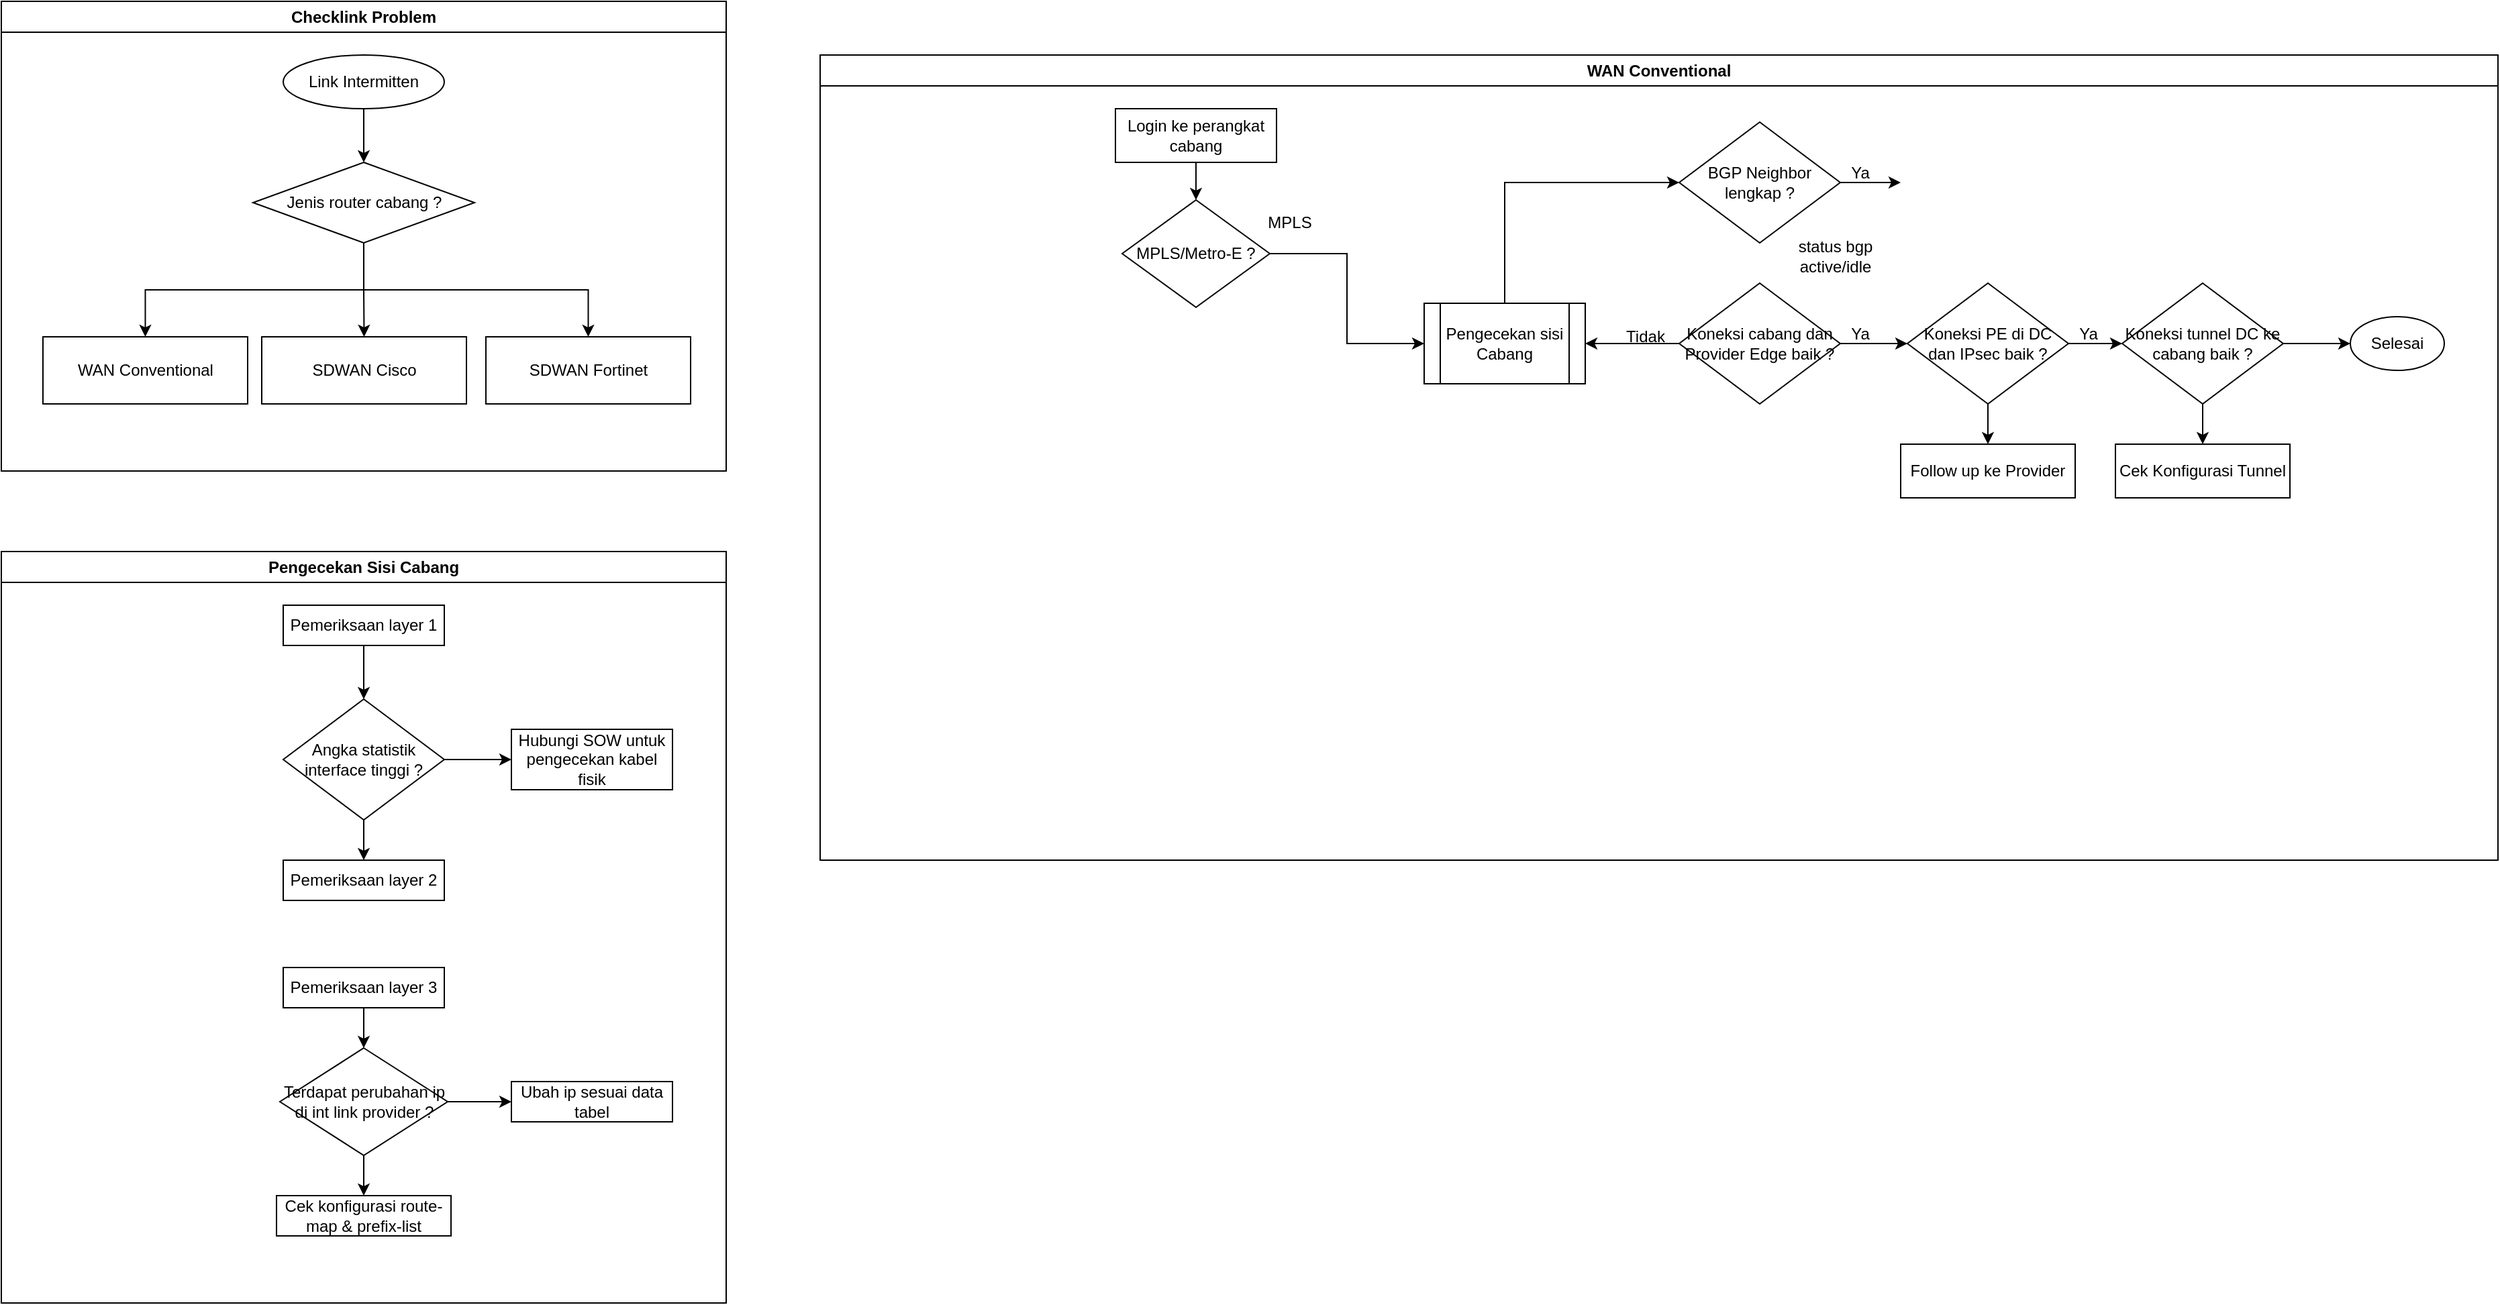
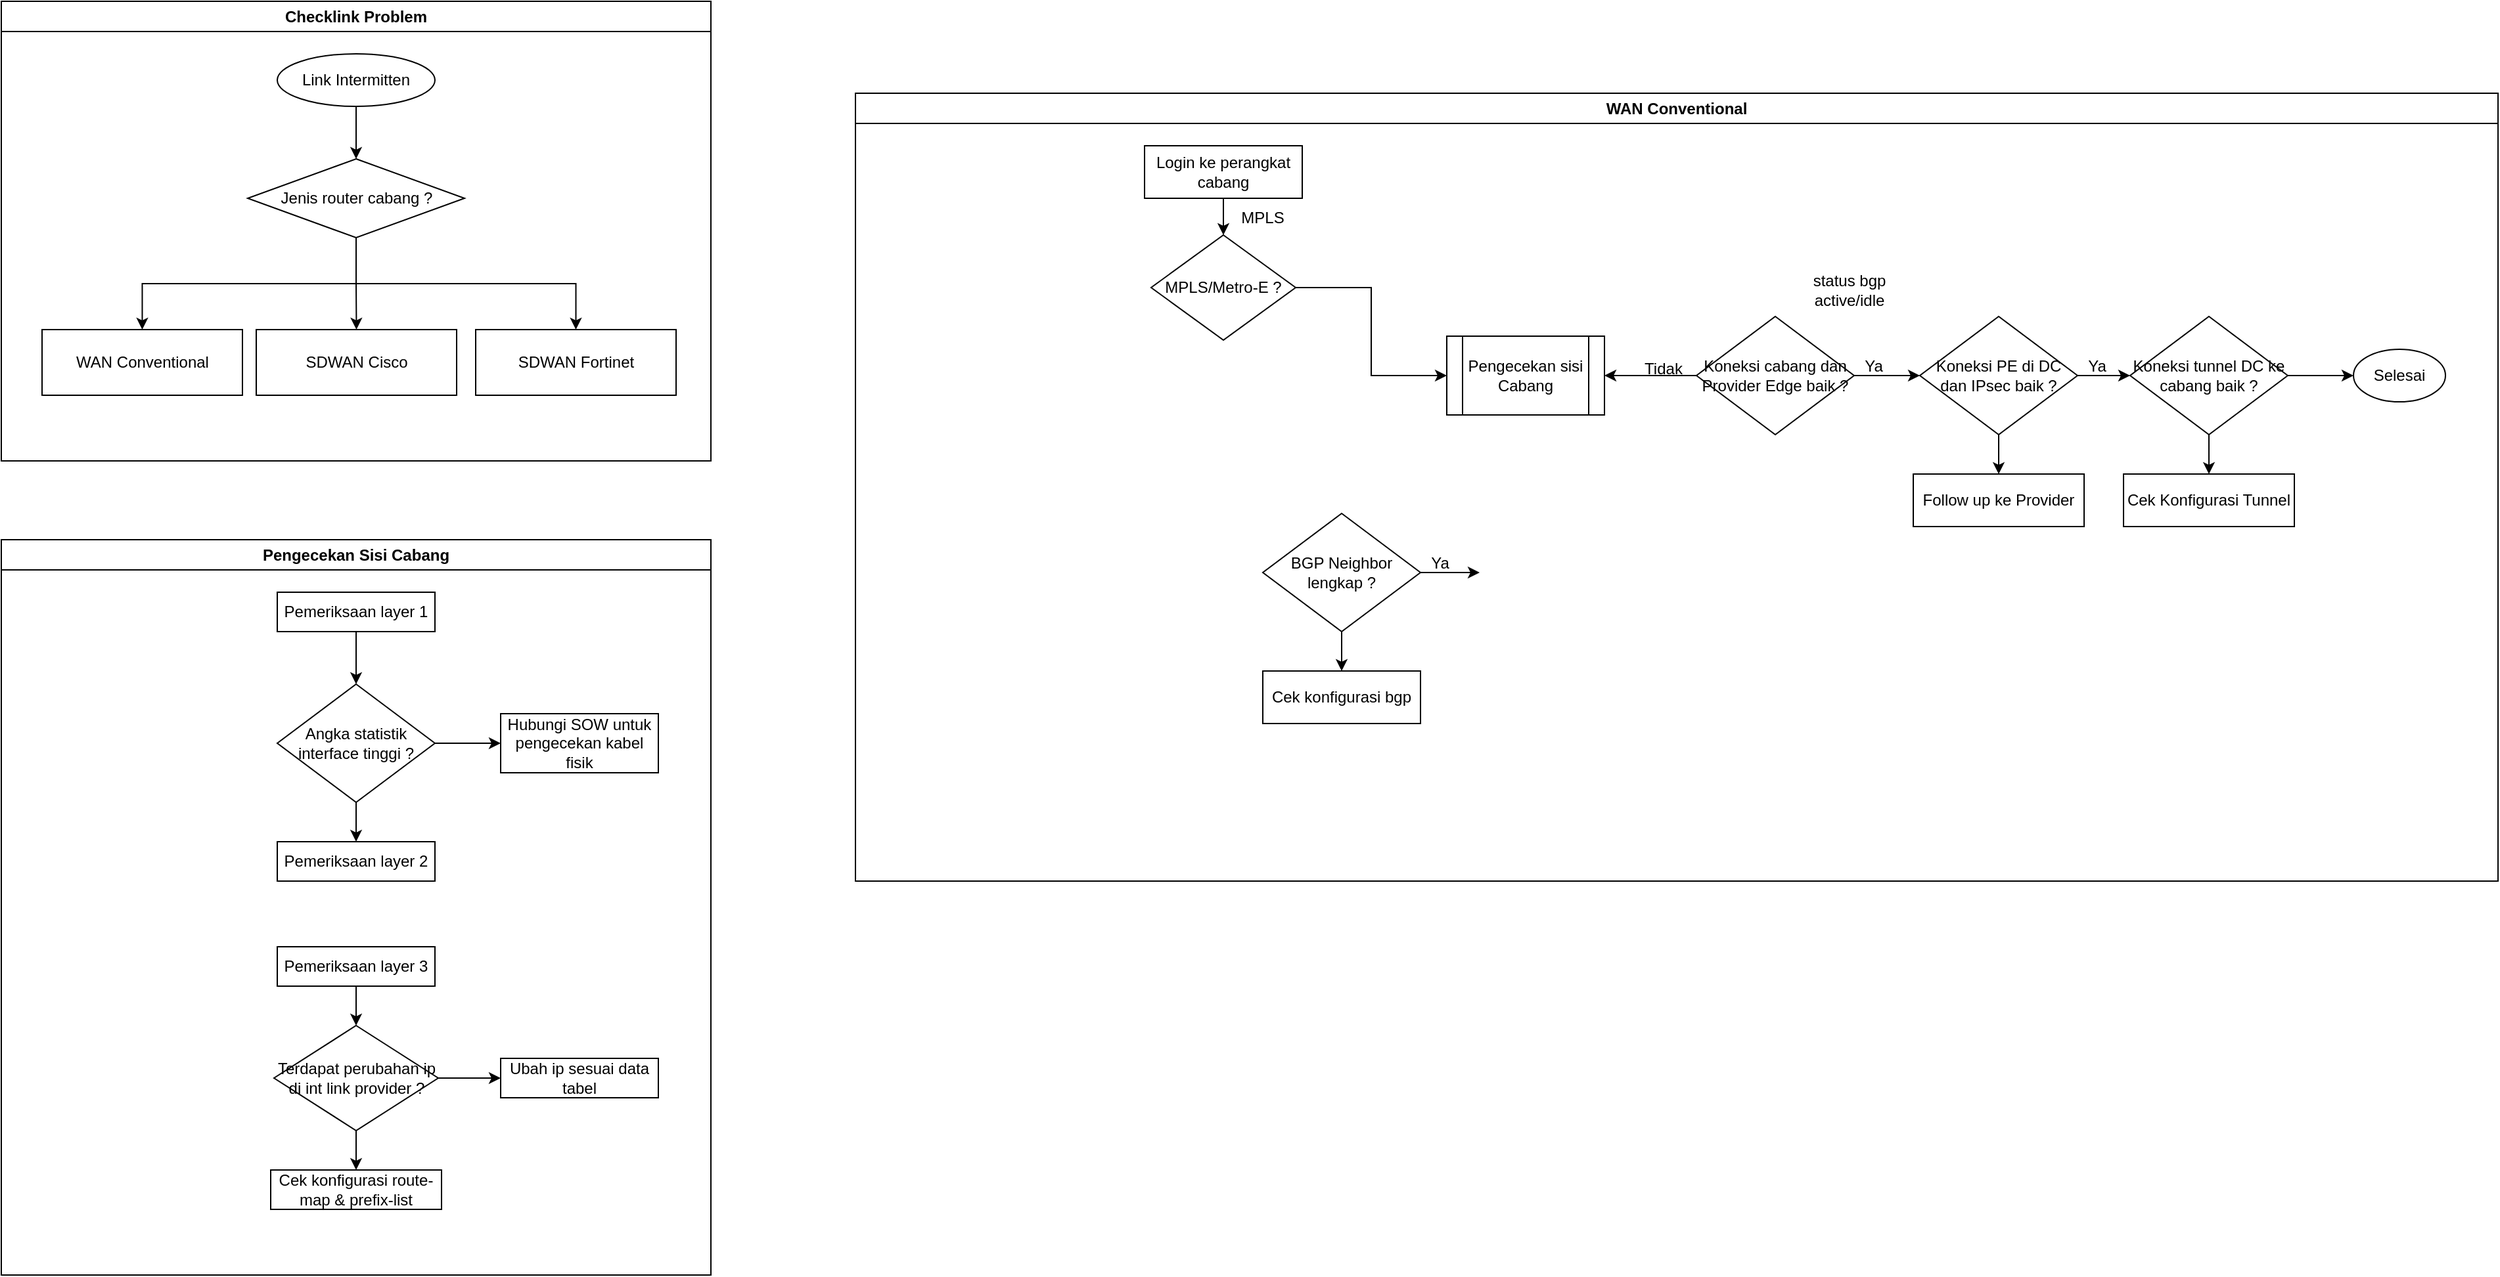
<mxfile host="app.diagrams.net">
  <diagram name="Page-1" id="9vhfLtuUu_MpJ2AiOVXD">
    <mxGraphModel dx="1532" dy="908" grid="1" gridSize="10" guides="1" tooltips="1" connect="1" arrows="1" fold="1" page="1" pageScale="1" pageWidth="850" pageHeight="1100" math="0" shadow="0">
      <root>
        <mxCell id="0" />
        <mxCell id="1" parent="0" />
        <mxCell id="pEuGeytKHn6pjW4NDgE5-2" parent="1" style="swimlane;whiteSpace=wrap;html=1;" value="Checklink Problem" vertex="1">
          <mxGeometry height="350" width="540" x="10" y="10" as="geometry" />
        </mxCell>
        <mxCell id="P1elN6ceBegf7L-zKAY9-7" edge="1" parent="pEuGeytKHn6pjW4NDgE5-2" source="P1elN6ceBegf7L-zKAY9-3" style="edgeStyle=orthogonalEdgeStyle;rounded=0;orthogonalLoop=1;jettySize=auto;html=1;exitX=0.5;exitY=1;exitDx=0;exitDy=0;entryX=0.5;entryY=0;entryDx=0;entryDy=0;" target="P1elN6ceBegf7L-zKAY9-6">
          <mxGeometry relative="1" as="geometry" />
        </mxCell>
        <mxCell id="P1elN6ceBegf7L-zKAY9-3" parent="pEuGeytKHn6pjW4NDgE5-2" style="ellipse;whiteSpace=wrap;html=1;" value="Link Intermitten" vertex="1">
          <mxGeometry height="40" width="120" x="210" y="40" as="geometry" />
        </mxCell>
        <mxCell id="P1elN6ceBegf7L-zKAY9-11" edge="1" parent="pEuGeytKHn6pjW4NDgE5-2" source="P1elN6ceBegf7L-zKAY9-6" style="edgeStyle=orthogonalEdgeStyle;rounded=0;orthogonalLoop=1;jettySize=auto;html=1;exitX=0.5;exitY=1;exitDx=0;exitDy=0;" target="P1elN6ceBegf7L-zKAY9-8">
          <mxGeometry relative="1" as="geometry" />
        </mxCell>
        <mxCell id="P1elN6ceBegf7L-zKAY9-12" edge="1" parent="pEuGeytKHn6pjW4NDgE5-2" source="P1elN6ceBegf7L-zKAY9-6" style="edgeStyle=orthogonalEdgeStyle;rounded=0;orthogonalLoop=1;jettySize=auto;html=1;exitX=0.5;exitY=1;exitDx=0;exitDy=0;" target="P1elN6ceBegf7L-zKAY9-9">
          <mxGeometry relative="1" as="geometry" />
        </mxCell>
        <mxCell id="P1elN6ceBegf7L-zKAY9-13" edge="1" parent="pEuGeytKHn6pjW4NDgE5-2" source="P1elN6ceBegf7L-zKAY9-6" style="edgeStyle=orthogonalEdgeStyle;rounded=0;orthogonalLoop=1;jettySize=auto;html=1;exitX=0.5;exitY=1;exitDx=0;exitDy=0;" target="P1elN6ceBegf7L-zKAY9-10">
          <mxGeometry relative="1" as="geometry" />
        </mxCell>
        <mxCell id="P1elN6ceBegf7L-zKAY9-6" parent="pEuGeytKHn6pjW4NDgE5-2" style="rhombus;whiteSpace=wrap;html=1;" value="Jenis router cabang ?" vertex="1">
          <mxGeometry height="60" width="165" x="187.5" y="120" as="geometry" />
        </mxCell>
        <mxCell id="P1elN6ceBegf7L-zKAY9-8" parent="pEuGeytKHn6pjW4NDgE5-2" style="rounded=0;whiteSpace=wrap;html=1;" value="WAN Conventional" vertex="1">
          <mxGeometry height="50" width="152.5" x="31" y="250" as="geometry" />
        </mxCell>
        <mxCell id="P1elN6ceBegf7L-zKAY9-9" parent="pEuGeytKHn6pjW4NDgE5-2" style="rounded=0;whiteSpace=wrap;html=1;" value="SDWAN Cisco" vertex="1">
          <mxGeometry height="50" width="152.5" x="194" y="250" as="geometry" />
        </mxCell>
        <mxCell id="P1elN6ceBegf7L-zKAY9-10" parent="pEuGeytKHn6pjW4NDgE5-2" style="rounded=0;whiteSpace=wrap;html=1;" value="SDWAN Fortinet" vertex="1">
          <mxGeometry height="50" width="152.5" x="361" y="250" as="geometry" />
        </mxCell>
        <mxCell id="TYqNpPFM6TGwHHhuPpuI-11" parent="1" style="swimlane;whiteSpace=wrap;html=1;" value="WAN Conventional" vertex="1">
-           <mxGeometry height="600" width="1250" x="620" y="50" as="geometry" />
+           <mxGeometry height="600" width="1250" x="660" y="80" as="geometry" />
        </mxCell>
        <mxCell id="pmmJg_nAHrXnhT2FHE6J-2" edge="1" parent="TYqNpPFM6TGwHHhuPpuI-11" source="TYqNpPFM6TGwHHhuPpuI-12" style="edgeStyle=orthogonalEdgeStyle;rounded=0;orthogonalLoop=1;jettySize=auto;html=1;" target="pmmJg_nAHrXnhT2FHE6J-1" value="">
          <mxGeometry relative="1" as="geometry" />
        </mxCell>
        <mxCell id="TYqNpPFM6TGwHHhuPpuI-12" parent="TYqNpPFM6TGwHHhuPpuI-11" style="rounded=0;whiteSpace=wrap;html=1;" value="Login ke perangkat cabang" vertex="1">
          <mxGeometry height="40" width="120" x="220" y="40" as="geometry" />
        </mxCell>
        <mxCell id="TYqNpPFM6TGwHHhuPpuI-30" edge="1" parent="TYqNpPFM6TGwHHhuPpuI-11" source="TYqNpPFM6TGwHHhuPpuI-13" style="edgeStyle=orthogonalEdgeStyle;rounded=0;orthogonalLoop=1;jettySize=auto;html=1;exitX=1;exitY=0.5;exitDx=0;exitDy=0;entryX=0;entryY=0.5;entryDx=0;entryDy=0;">
          <mxGeometry relative="1" as="geometry">
-             <mxPoint x="805" y="95" as="targetPoint" />
+             <mxPoint x="475" y="365" as="targetPoint" />
          </mxGeometry>
        </mxCell>
+         <mxCell id="aBstJuGHSijlGCTxtPnz-3" edge="1" parent="TYqNpPFM6TGwHHhuPpuI-11" source="TYqNpPFM6TGwHHhuPpuI-13" style="edgeStyle=orthogonalEdgeStyle;rounded=0;orthogonalLoop=1;jettySize=auto;html=1;" target="aBstJuGHSijlGCTxtPnz-2" value="">
+           <mxGeometry relative="1" as="geometry" />
+         </mxCell>
        <mxCell id="TYqNpPFM6TGwHHhuPpuI-13" parent="TYqNpPFM6TGwHHhuPpuI-11" style="rhombus;whiteSpace=wrap;html=1;" value="BGP Neighbor lengkap ?" vertex="1">
-           <mxGeometry height="90" width="120" x="640" y="50" as="geometry" />
+           <mxGeometry height="90" width="120" x="310" y="320" as="geometry" />
        </mxCell>
        <mxCell id="TYqNpPFM6TGwHHhuPpuI-23" edge="1" parent="TYqNpPFM6TGwHHhuPpuI-11" source="TYqNpPFM6TGwHHhuPpuI-19" style="edgeStyle=orthogonalEdgeStyle;rounded=0;orthogonalLoop=1;jettySize=auto;html=1;" target="TYqNpPFM6TGwHHhuPpuI-22" value="">
          <mxGeometry relative="1" as="geometry" />
        </mxCell>
        <mxCell id="TYqNpPFM6TGwHHhuPpuI-34" edge="1" parent="TYqNpPFM6TGwHHhuPpuI-11" source="TYqNpPFM6TGwHHhuPpuI-19" style="edgeStyle=orthogonalEdgeStyle;rounded=0;orthogonalLoop=1;jettySize=auto;html=1;exitX=0;exitY=0.5;exitDx=0;exitDy=0;entryX=1;entryY=0.5;entryDx=0;entryDy=0;" target="TYqNpPFM6TGwHHhuPpuI-33">
          <mxGeometry relative="1" as="geometry" />
        </mxCell>
        <mxCell id="TYqNpPFM6TGwHHhuPpuI-19" parent="TYqNpPFM6TGwHHhuPpuI-11" style="rhombus;whiteSpace=wrap;html=1;" value="Koneksi cabang dan Provider Edge baik ?" vertex="1">
          <mxGeometry height="90" width="120" x="640" y="170" as="geometry" />
        </mxCell>
        <mxCell id="TYqNpPFM6TGwHHhuPpuI-22" parent="TYqNpPFM6TGwHHhuPpuI-11" style="rhombus;whiteSpace=wrap;html=1;" value="Koneksi PE di DC dan IPsec baik ?" vertex="1">
          <mxGeometry height="90" width="120" x="810" y="170" as="geometry" />
        </mxCell>
        <mxCell id="TYqNpPFM6TGwHHhuPpuI-24" parent="TYqNpPFM6TGwHHhuPpuI-11" style="rounded=0;whiteSpace=wrap;html=1;" value="Follow up ke Provider" vertex="1">
          <mxGeometry height="40" width="130" x="805" y="290" as="geometry" />
        </mxCell>
        <mxCell id="TYqNpPFM6TGwHHhuPpuI-25" edge="1" parent="TYqNpPFM6TGwHHhuPpuI-11" source="TYqNpPFM6TGwHHhuPpuI-22" style="edgeStyle=orthogonalEdgeStyle;rounded=0;orthogonalLoop=1;jettySize=auto;html=1;exitX=0.5;exitY=1;exitDx=0;exitDy=0;entryX=0.5;entryY=0;entryDx=0;entryDy=0;" target="TYqNpPFM6TGwHHhuPpuI-24">
          <mxGeometry relative="1" as="geometry" />
        </mxCell>
        <mxCell id="pmmJg_nAHrXnhT2FHE6J-8" edge="1" parent="TYqNpPFM6TGwHHhuPpuI-11" source="TYqNpPFM6TGwHHhuPpuI-26" style="edgeStyle=orthogonalEdgeStyle;rounded=0;orthogonalLoop=1;jettySize=auto;html=1;exitX=1;exitY=0.5;exitDx=0;exitDy=0;entryX=0;entryY=0.5;entryDx=0;entryDy=0;" target="pmmJg_nAHrXnhT2FHE6J-7">
          <mxGeometry relative="1" as="geometry" />
        </mxCell>
        <mxCell id="TYqNpPFM6TGwHHhuPpuI-26" parent="TYqNpPFM6TGwHHhuPpuI-11" style="rhombus;whiteSpace=wrap;html=1;" value="Koneksi tunnel DC ke cabang baik ?" vertex="1">
          <mxGeometry height="90" width="120" x="970" y="170" as="geometry" />
        </mxCell>
        <mxCell id="TYqNpPFM6TGwHHhuPpuI-27" edge="1" parent="TYqNpPFM6TGwHHhuPpuI-11" source="TYqNpPFM6TGwHHhuPpuI-22" style="edgeStyle=orthogonalEdgeStyle;rounded=0;orthogonalLoop=1;jettySize=auto;html=1;" target="TYqNpPFM6TGwHHhuPpuI-26" value="">
          <mxGeometry relative="1" as="geometry" />
        </mxCell>
        <mxCell id="TYqNpPFM6TGwHHhuPpuI-28" parent="TYqNpPFM6TGwHHhuPpuI-11" style="rounded=0;whiteSpace=wrap;html=1;" value="Cek Konfigurasi Tunnel" vertex="1">
          <mxGeometry height="40" width="130" x="965" y="290" as="geometry" />
        </mxCell>
        <mxCell id="TYqNpPFM6TGwHHhuPpuI-29" edge="1" parent="TYqNpPFM6TGwHHhuPpuI-11" source="TYqNpPFM6TGwHHhuPpuI-26" style="edgeStyle=orthogonalEdgeStyle;rounded=0;orthogonalLoop=1;jettySize=auto;html=1;exitX=0.5;exitY=1;exitDx=0;exitDy=0;entryX=0.5;entryY=0;entryDx=0;entryDy=0;" target="TYqNpPFM6TGwHHhuPpuI-28">
          <mxGeometry relative="1" as="geometry" />
        </mxCell>
        <mxCell id="TYqNpPFM6TGwHHhuPpuI-37" parent="TYqNpPFM6TGwHHhuPpuI-11" style="text;html=1;whiteSpace=wrap;strokeColor=none;fillColor=none;align=center;verticalAlign=middle;rounded=0;" value="status bgp active/idle" vertex="1">
          <mxGeometry height="20" width="97" x="708" y="140" as="geometry" />
        </mxCell>
        <mxCell id="TYqNpPFM6TGwHHhuPpuI-38" parent="TYqNpPFM6TGwHHhuPpuI-11" style="text;html=1;whiteSpace=wrap;strokeColor=none;fillColor=none;align=center;verticalAlign=middle;rounded=0;" value="Tidak" vertex="1">
          <mxGeometry height="20" width="50" x="590" y="200" as="geometry" />
        </mxCell>
        <mxCell id="TYqNpPFM6TGwHHhuPpuI-40" parent="TYqNpPFM6TGwHHhuPpuI-11" style="text;html=1;whiteSpace=wrap;strokeColor=none;fillColor=none;align=center;verticalAlign=middle;rounded=0;" value="Ya" vertex="1">
          <mxGeometry height="20" width="50" x="750" y="198" as="geometry" />
        </mxCell>
        <mxCell id="TYqNpPFM6TGwHHhuPpuI-41" parent="TYqNpPFM6TGwHHhuPpuI-11" style="text;html=1;whiteSpace=wrap;strokeColor=none;fillColor=none;align=center;verticalAlign=middle;rounded=0;" value="Ya" vertex="1">
          <mxGeometry height="20" width="50" x="920" y="198" as="geometry" />
        </mxCell>
        <mxCell id="TYqNpPFM6TGwHHhuPpuI-35" parent="TYqNpPFM6TGwHHhuPpuI-11" style="text;html=1;whiteSpace=wrap;strokeColor=none;fillColor=none;align=center;verticalAlign=middle;rounded=0;" value="Ya" vertex="1">
-           <mxGeometry height="20" width="50" x="750" y="78" as="geometry" />
-         </mxCell>
-         <mxCell id="pmmJg_nAHrXnhT2FHE6J-6" edge="1" parent="TYqNpPFM6TGwHHhuPpuI-11" source="TYqNpPFM6TGwHHhuPpuI-33" style="edgeStyle=orthogonalEdgeStyle;rounded=0;orthogonalLoop=1;jettySize=auto;html=1;exitX=0.5;exitY=0;exitDx=0;exitDy=0;entryX=0;entryY=0.5;entryDx=0;entryDy=0;" target="TYqNpPFM6TGwHHhuPpuI-13">
-           <mxGeometry relative="1" as="geometry" />
+           <mxGeometry height="20" width="50" x="420" y="348" as="geometry" />
        </mxCell>
        <mxCell id="TYqNpPFM6TGwHHhuPpuI-33" parent="TYqNpPFM6TGwHHhuPpuI-11" style="shape=process;whiteSpace=wrap;html=1;backgroundOutline=1;" value="Pengecekan sisi Cabang" vertex="1">
          <mxGeometry height="60" width="120" x="450" y="185" as="geometry" />
        </mxCell>
        <mxCell id="pmmJg_nAHrXnhT2FHE6J-3" edge="1" parent="TYqNpPFM6TGwHHhuPpuI-11" source="pmmJg_nAHrXnhT2FHE6J-1" style="edgeStyle=orthogonalEdgeStyle;rounded=0;orthogonalLoop=1;jettySize=auto;html=1;exitX=1;exitY=0.5;exitDx=0;exitDy=0;entryX=0;entryY=0.5;entryDx=0;entryDy=0;" target="TYqNpPFM6TGwHHhuPpuI-33">
          <mxGeometry relative="1" as="geometry" />
        </mxCell>
        <mxCell id="pmmJg_nAHrXnhT2FHE6J-1" parent="TYqNpPFM6TGwHHhuPpuI-11" style="rhombus;whiteSpace=wrap;html=1;" value="MPLS/Metro-E ?" vertex="1">
          <mxGeometry height="80" width="110" x="225" y="108" as="geometry" />
        </mxCell>
        <mxCell id="pmmJg_nAHrXnhT2FHE6J-7" parent="TYqNpPFM6TGwHHhuPpuI-11" style="ellipse;whiteSpace=wrap;html=1;" value="Selesai" vertex="1">
          <mxGeometry height="40" width="70" x="1140" y="195" as="geometry" />
+         </mxCell>
+         <mxCell id="aBstJuGHSijlGCTxtPnz-2" parent="TYqNpPFM6TGwHHhuPpuI-11" style="rounded=0;whiteSpace=wrap;html=1;" value="Cek konfigurasi bgp" vertex="1">
+           <mxGeometry height="40" width="120" x="310" y="440" as="geometry" />
        </mxCell>
        <mxCell id="TYqNpPFM6TGwHHhuPpuI-65" parent="1" style="swimlane;whiteSpace=wrap;html=1;" value="Pengecekan Sisi Cabang" vertex="1">
          <mxGeometry height="560" width="540" x="10" y="420" as="geometry" />
        </mxCell>
        <mxCell id="fYS8cTILx4h1H9qz6oxb-3" edge="1" parent="TYqNpPFM6TGwHHhuPpuI-65" source="fYS8cTILx4h1H9qz6oxb-1" style="edgeStyle=orthogonalEdgeStyle;rounded=0;orthogonalLoop=1;jettySize=auto;html=1;" target="fYS8cTILx4h1H9qz6oxb-2" value="">
          <mxGeometry relative="1" as="geometry" />
        </mxCell>
        <mxCell id="fYS8cTILx4h1H9qz6oxb-1" parent="TYqNpPFM6TGwHHhuPpuI-65" style="rounded=0;whiteSpace=wrap;html=1;" value="Pemeriksaan layer 1" vertex="1">
          <mxGeometry height="30" width="120" x="210" y="40" as="geometry" />
        </mxCell>
        <mxCell id="fYS8cTILx4h1H9qz6oxb-5" edge="1" parent="TYqNpPFM6TGwHHhuPpuI-65" source="fYS8cTILx4h1H9qz6oxb-2" style="edgeStyle=orthogonalEdgeStyle;rounded=0;orthogonalLoop=1;jettySize=auto;html=1;" target="fYS8cTILx4h1H9qz6oxb-4" value="">
          <mxGeometry relative="1" as="geometry" />
        </mxCell>
        <mxCell id="fYS8cTILx4h1H9qz6oxb-7" edge="1" parent="TYqNpPFM6TGwHHhuPpuI-65" source="fYS8cTILx4h1H9qz6oxb-2" style="edgeStyle=orthogonalEdgeStyle;rounded=0;orthogonalLoop=1;jettySize=auto;html=1;" target="fYS8cTILx4h1H9qz6oxb-6" value="">
          <mxGeometry relative="1" as="geometry" />
        </mxCell>
        <mxCell id="fYS8cTILx4h1H9qz6oxb-2" parent="TYqNpPFM6TGwHHhuPpuI-65" style="rhombus;whiteSpace=wrap;html=1;" value="Angka statistik interface tinggi ?" vertex="1">
          <mxGeometry height="90" width="120" x="210" y="110" as="geometry" />
        </mxCell>
        <mxCell id="fYS8cTILx4h1H9qz6oxb-4" parent="TYqNpPFM6TGwHHhuPpuI-65" style="rounded=0;whiteSpace=wrap;html=1;" value="Hubungi SOW untuk pengecekan kabel fisik" vertex="1">
          <mxGeometry height="45" width="120" x="380" y="132.5" as="geometry" />
        </mxCell>
        <mxCell id="fYS8cTILx4h1H9qz6oxb-6" parent="TYqNpPFM6TGwHHhuPpuI-65" style="rounded=0;whiteSpace=wrap;html=1;" value="Pemeriksaan layer 2" vertex="1">
          <mxGeometry height="30" width="120" x="210" y="230" as="geometry" />
        </mxCell>
        <mxCell id="fYS8cTILx4h1H9qz6oxb-8" parent="TYqNpPFM6TGwHHhuPpuI-65" style="rounded=0;whiteSpace=wrap;html=1;" value="Pemeriksaan layer 3" vertex="1">
          <mxGeometry height="30" width="120" x="210" y="310" as="geometry" />
        </mxCell>
        <mxCell id="fYS8cTILx4h1H9qz6oxb-11" parent="TYqNpPFM6TGwHHhuPpuI-65" style="rounded=0;whiteSpace=wrap;html=1;" value="Ubah ip sesuai data tabel" vertex="1">
          <mxGeometry height="30" width="120" x="380" y="395" as="geometry" />
        </mxCell>
        <mxCell id="fYS8cTILx4h1H9qz6oxb-12" edge="1" parent="TYqNpPFM6TGwHHhuPpuI-65" source="fYS8cTILx4h1H9qz6oxb-9" style="edgeStyle=orthogonalEdgeStyle;rounded=0;orthogonalLoop=1;jettySize=auto;html=1;" target="fYS8cTILx4h1H9qz6oxb-11" value="">
          <mxGeometry relative="1" as="geometry" />
        </mxCell>
        <mxCell id="pmmJg_nAHrXnhT2FHE6J-10" edge="1" parent="TYqNpPFM6TGwHHhuPpuI-65" source="fYS8cTILx4h1H9qz6oxb-9" style="edgeStyle=orthogonalEdgeStyle;rounded=0;orthogonalLoop=1;jettySize=auto;html=1;exitX=0.5;exitY=1;exitDx=0;exitDy=0;entryX=0.5;entryY=0;entryDx=0;entryDy=0;" target="pmmJg_nAHrXnhT2FHE6J-9">
          <mxGeometry relative="1" as="geometry" />
        </mxCell>
        <mxCell id="fYS8cTILx4h1H9qz6oxb-9" parent="TYqNpPFM6TGwHHhuPpuI-65" style="rhombus;whiteSpace=wrap;html=1;" value="Terdapat perubahan ip di int link provider ?" vertex="1">
          <mxGeometry height="80" width="125" x="207.5" y="370" as="geometry" />
        </mxCell>
        <mxCell id="fYS8cTILx4h1H9qz6oxb-10" edge="1" parent="TYqNpPFM6TGwHHhuPpuI-65" source="fYS8cTILx4h1H9qz6oxb-8" style="edgeStyle=orthogonalEdgeStyle;rounded=0;orthogonalLoop=1;jettySize=auto;html=1;" target="fYS8cTILx4h1H9qz6oxb-9" value="">
          <mxGeometry relative="1" as="geometry" />
        </mxCell>
        <mxCell id="pmmJg_nAHrXnhT2FHE6J-9" parent="TYqNpPFM6TGwHHhuPpuI-65" style="rounded=0;whiteSpace=wrap;html=1;" value="Cek konfigurasi route-map &amp;amp; prefix-list" vertex="1">
          <mxGeometry height="30" width="130" x="205" y="480" as="geometry" />
        </mxCell>
        <mxCell id="pmmJg_nAHrXnhT2FHE6J-4" parent="1" style="text;html=1;whiteSpace=wrap;strokeColor=none;fillColor=none;align=center;verticalAlign=middle;rounded=0;" value="MPLS" vertex="1">
          <mxGeometry height="30" width="60" x="940" y="160" as="geometry" />
        </mxCell>
      </root>
    </mxGraphModel>
  </diagram>
</mxfile>
